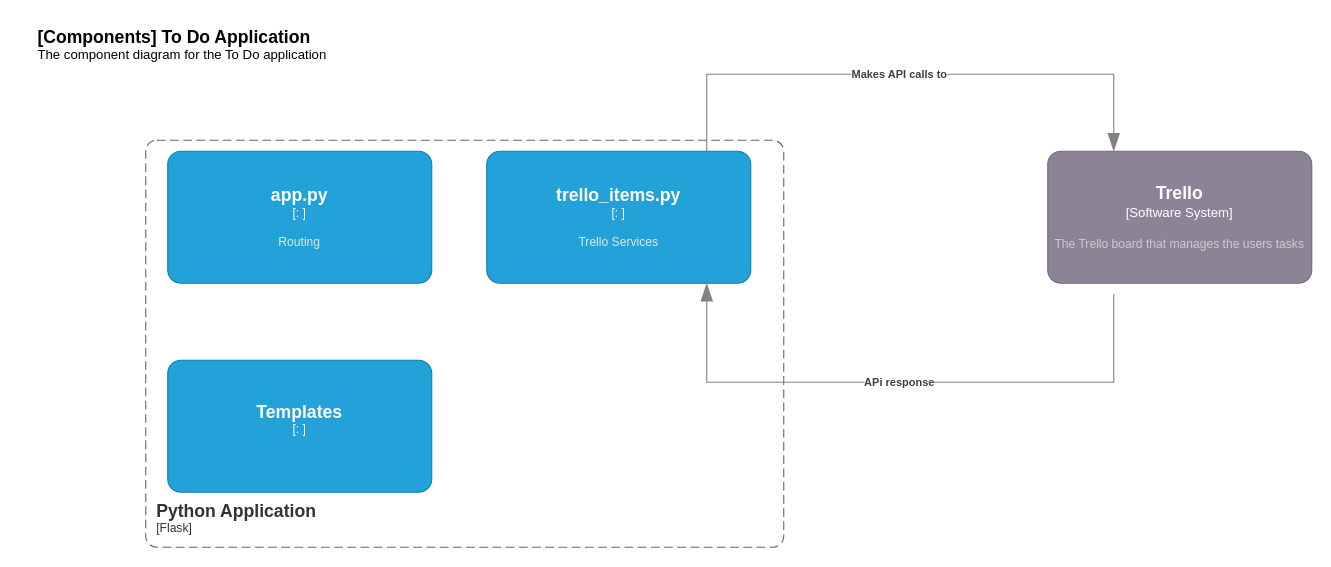
Earlier version of the draw.io diagram page "Component Diagram" (3 of 3) of context_diagram.drawio (shaylipatel/DevOps-Course-Starter). Source tidied: cells renumbered, new cells numbered last; positions are measured from the earlier drawing's top-left corner, leaving out a move shared by most shapes. Both pictures are drawn from the tidied source at 110%, with x=0, y=0 at pixel (35, 19).
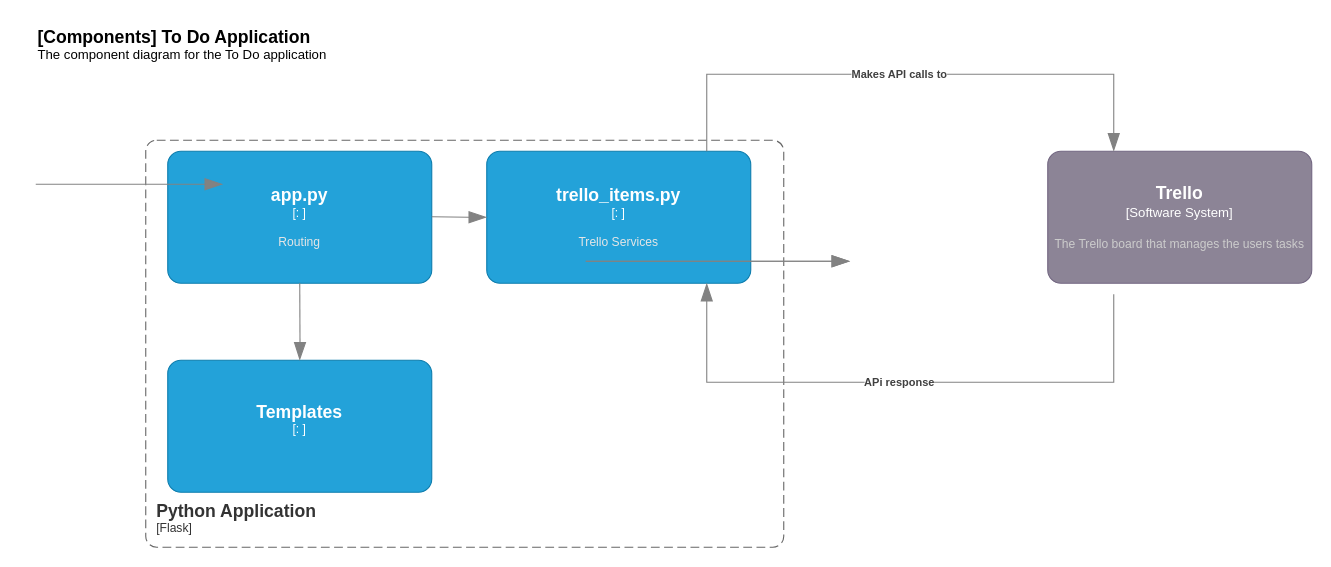
The same diagram, later.

Commit message:
Updated relationship arrows on context_diagram.drawio

Unchanged cells that the change refers to:
```xml
<object id="5" label="&lt;font style=&quot;font-size: 16px&quot;&gt;&lt;b&gt;%c4Name%&lt;/b&gt;&lt;/font&gt;&lt;div&gt;[%c4Type%: %c4Technology%]&lt;/div&gt;&lt;br&gt;&lt;div&gt;&lt;font style=&quot;font-size: 11px&quot;&gt;&lt;font color=&quot;#E6E6E6&quot;&gt;%c4Description%&lt;/font&gt;&lt;/div&gt;" c4Description="" c4Name="Templates" c4Technology="" c4Type="" placeholders="1">
  <mxCell style="rounded=1;whiteSpace=wrap;html=1;fontSize=11;labelBackgroundColor=none;fillColor=#23A2D9;fontColor=#ffffff;align=center;arcSize=10;strokeColor=#0E7DAD;points=[[0.25,0,0],[0.5,0,0],[0.75,0,0],[1,0.25,0],[1,0.5,0],[1,0.75,0],[0.75,1,0],[0.5,1,0],[0.25,1,0],[0,0.75,0],[0,0.5,0],[0,0.25,0]];" parent="1" vertex="1">
    <mxGeometry x="120" y="310" width="240" height="120" as="geometry" />
  </mxCell>
</object>
```

Change to the diagram source:
```diff
@@
+    <mxCell id="10" style="endArrow=blockThin;html=1;fontSize=10;fontColor=#404040;strokeWidth=1;endFill=1;strokeColor=#828282;elbow=vertical;endSize=14;startSize=14;jumpStyle=arc;jumpSize=16;rounded=0;edgeStyle=orthogonalEdgeStyle;" parent="1" edge="1">
+      <mxGeometry relative="1" as="geometry">
+        <mxPoint x="500" y="220" as="sourcePoint" />
+        <mxPoint x="740" y="220" as="targetPoint" />
+      </mxGeometry>
+    </mxCell>
+    <mxCell id="11" style="endArrow=blockThin;html=1;fontSize=10;fontColor=#404040;strokeWidth=1;endFill=1;strokeColor=#828282;elbow=vertical;endSize=14;startSize=14;jumpStyle=arc;jumpSize=16;rounded=0;edgeStyle=orthogonalEdgeStyle;" parent="1" edge="1">
+      <mxGeometry relative="1" as="geometry">
+        <mxPoint x="360" y="179.5" as="sourcePoint" />
+        <mxPoint x="410" y="180" as="targetPoint" />
+      </mxGeometry>
+    </mxCell>
+    <mxCell id="12" style="endArrow=blockThin;html=1;fontSize=10;fontColor=#404040;strokeWidth=1;endFill=1;strokeColor=#828282;elbow=vertical;endSize=14;startSize=14;jumpStyle=arc;jumpSize=16;rounded=0;edgeStyle=orthogonalEdgeStyle;entryX=0.5;entryY=0;entryDx=0;entryDy=0;entryPerimeter=0;" parent="1" edge="1" target="5">
+      <mxGeometry relative="1" as="geometry">
+        <mxPoint x="240" y="240" as="sourcePoint" />
+      </mxGeometry>
+    </mxCell>
+    <mxCell id="13" style="endArrow=blockThin;html=1;fontSize=10;fontColor=#404040;strokeWidth=1;endFill=1;strokeColor=#828282;elbow=vertical;endSize=14;startSize=14;jumpStyle=arc;jumpSize=16;rounded=0;edgeStyle=orthogonalEdgeStyle;" parent="1" edge="1">
+      <mxGeometry relative="1" as="geometry">
+        <mxPoint x="500" y="220" as="sourcePoint" />
+        <mxPoint x="740" y="220" as="targetPoint" />
+      </mxGeometry>
+    </mxCell>
+    <mxCell id="14" style="endArrow=blockThin;html=1;fontSize=10;fontColor=#404040;strokeWidth=1;endFill=1;strokeColor=#828282;elbow=vertical;endSize=14;startSize=14;jumpStyle=arc;jumpSize=16;rounded=0;edgeStyle=orthogonalEdgeStyle;" parent="1" edge="1">
+      <mxGeometry relative="1" as="geometry">
+        <mxPoint y="150" as="sourcePoint" />
+        <mxPoint x="170" y="150" as="targetPoint" />
+        <Array as="points">
+          <mxPoint x="130" y="150" />
+          <mxPoint x="130" y="150" />
+        </Array>
+      </mxGeometry>
+    </mxCell>
```
